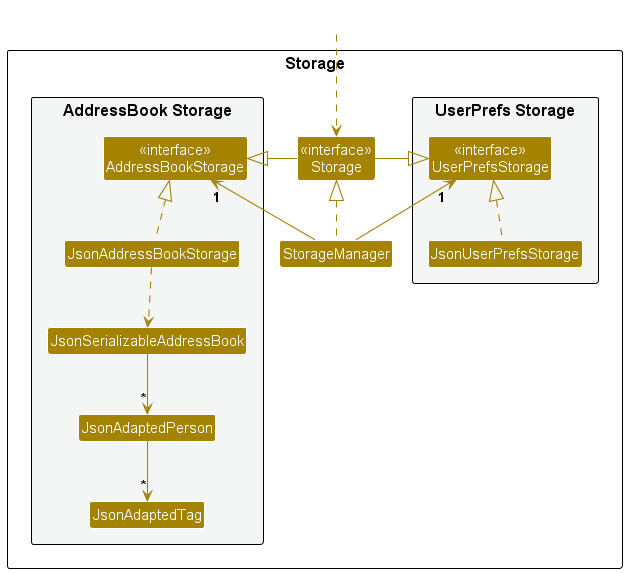
The PlantUML diagram docs/images/StorageClassDiagram.png in nus-cs2103-AY2425S1/tp, before a commit.
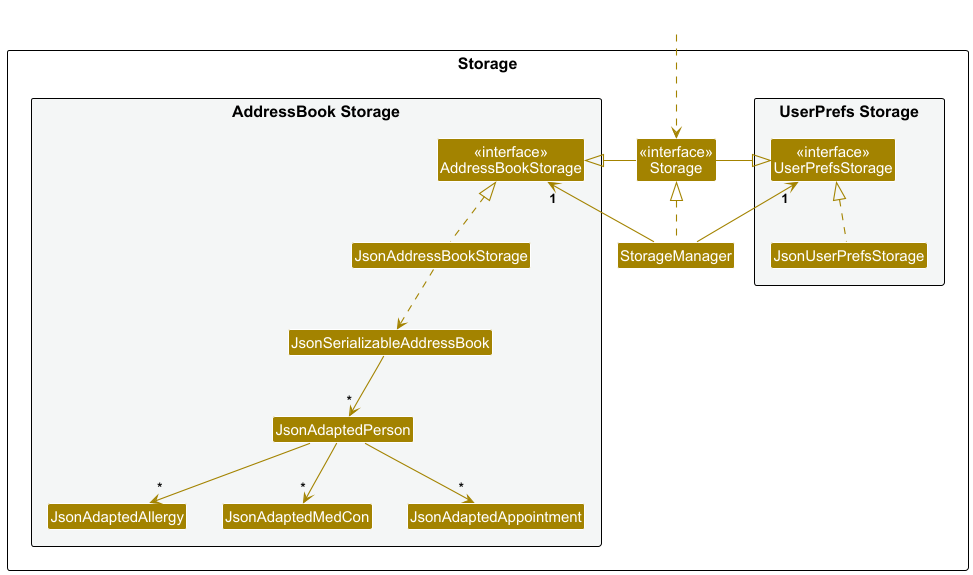
The same diagram one commit later.

Commit message:
Regenerate new StorageClassDiagram

The edit, as a diff of the source:
```diff
@@ -19,7 +19,9 @@
 Class JsonAddressBookStorage
 Class JsonSerializableAddressBook
 Class JsonAdaptedPerson
-Class JsonAdaptedTag
+Class JsonAdaptedAllergy
+Class JsonAdaptedMedCon
+Class JsonAdaptedAppointment
 }
 
 }
@@ -38,6 +40,8 @@
 JsonAddressBookStorage .up.|> AddressBookStorage
 JsonAddressBookStorage ..> JsonSerializableAddressBook
 JsonSerializableAddressBook --> "*" JsonAdaptedPerson
-JsonAdaptedPerson --> "*" JsonAdaptedTag
+JsonAdaptedPerson --> "*" JsonAdaptedAllergy
+JsonAdaptedPerson --> "*" JsonAdaptedMedCon
+JsonAdaptedPerson --> "*" JsonAdaptedAppointment
 
 @enduml
```
